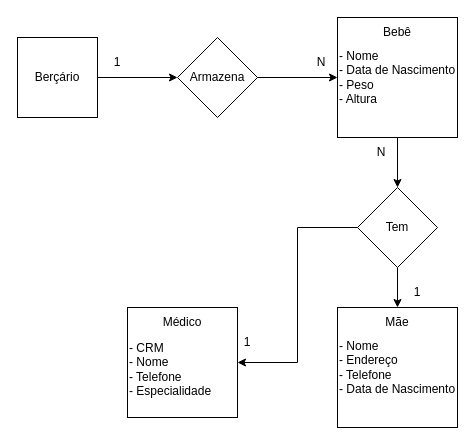
This is Berçário.drawio from Dandiels/Diagramas-de-Banco-de-Dados, a draw.io file, before an edit. Source tidied: cells renumbered, new cells numbered last; positions are measured from the earlier drawing's top-left corner, leaving out a move shared by most shapes. Both pictures are drawn from the tidied source at 100%, with x=0, y=0 at pixel (17, 17).
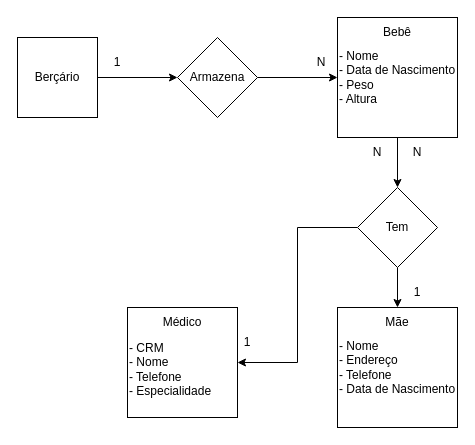
The same diagram, later.

The edit, as a diff of the source:
```diff
@@
     <mxCell id="18" value="N" style="text;html=1;strokeColor=none;fillColor=none;align=center;verticalAlign=middle;whiteSpace=wrap;rounded=0;" parent="1" vertex="1">
-      <mxGeometry x="334" y="120" width="60" height="30" as="geometry" />
+      <mxGeometry x="330" y="120" width="60" height="30" as="geometry" />
     </mxCell>
@@
+    <mxCell id="21" value="N" style="text;html=1;strokeColor=none;fillColor=none;align=center;verticalAlign=middle;whiteSpace=wrap;rounded=0;" parent="1" vertex="1">
+      <mxGeometry x="370" y="120" width="60" height="30" as="geometry" />
+    </mxCell>
```
